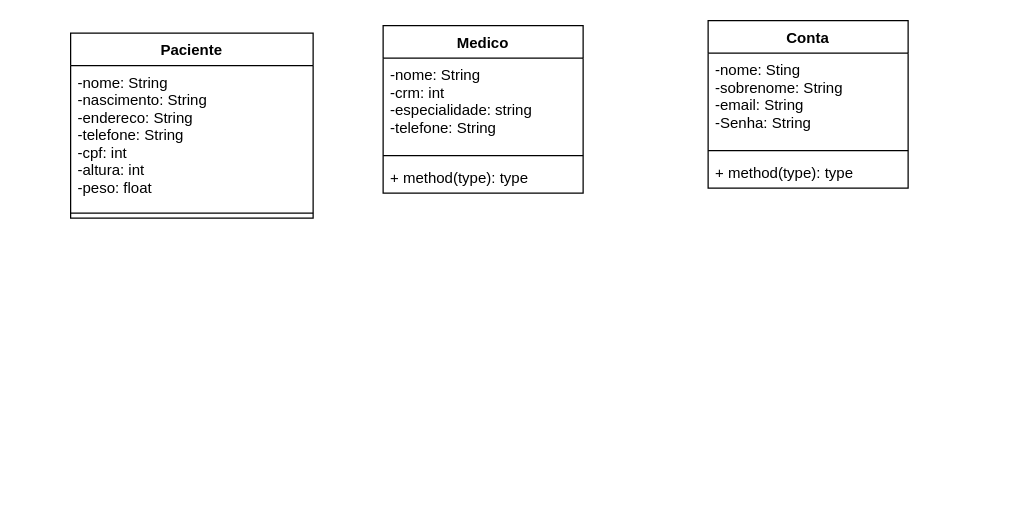
This is page "Página-3" (3 of 3) of prog_objetos/diagramas/Programação à Objetos.drawio from GuiSilva77/fatec_aulas_prog, a draw.io file, before an edit. Source tidied: cells renumbered, new cells numbered last; positions are measured from the earlier drawing's top-left corner, leaving out a move shared by most shapes. Both pictures are drawn from the tidied source at 125%, with x=0, y=0 at pixel (70, 20).
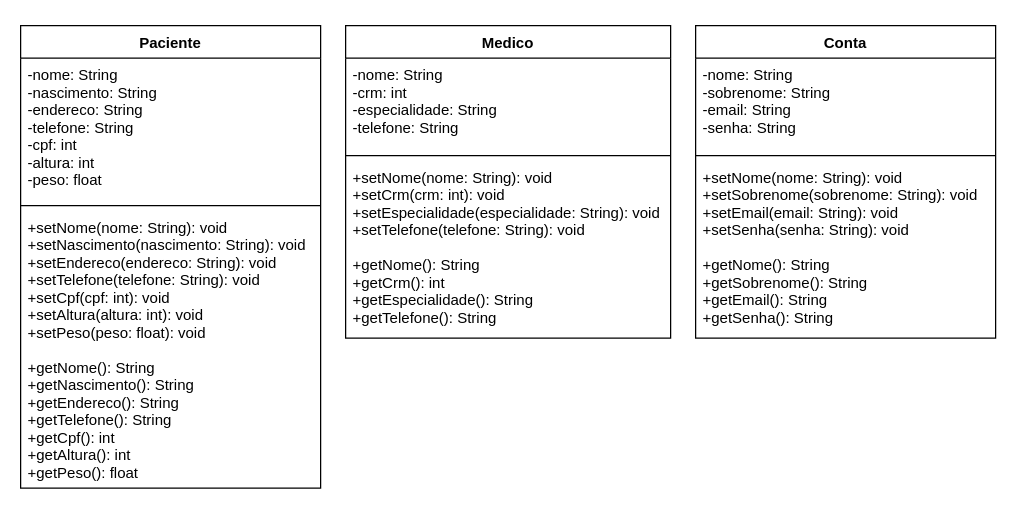
Above is the later version.

The edit, as a diff of the source:
```diff
@@
 <mxGraphModel>
   <root>
     <mxCell id="0" />
     <mxCell id="1" parent="0" />
-    <mxCell id="2" value="Paciente" style="swimlane;fontStyle=1;align=center;verticalAlign=top;horizontal=1;startSize=26;" parent="1" vertex="1">
-      <mxGeometry y="10" width="194" height="148" as="geometry" />
-    </mxCell>
-    <mxCell id="3" value="-nome: String&#10;-nascimento: String&#10;-endereco: String&#10;-telefone: String&#10;-cpf: int&#10;-altura: int&#10;-peso: float" style="text;strokeColor=none;fillColor=none;align=left;verticalAlign=top;spacingLeft=4;spacingRight=4;overflow=hidden;" parent="2" vertex="1">
-      <mxGeometry y="26" width="194" height="114" as="geometry" />
-    </mxCell>
-    <mxCell id="4" style="line;strokeWidth=1;fillColor=none;align=left;verticalAlign=middle;spacingTop=-1;spacingLeft=3;spacingRight=3;labelPosition=right;" parent="2" vertex="1">
-      <mxGeometry y="140" width="194" height="8" as="geometry" />
-    </mxCell>
     <mxCell id="5" value="Medico" style="swimlane;fontStyle=1;align=center;verticalAlign=top;horizontal=1;startSize=26;" parent="1" vertex="1">
-      <mxGeometry x="250" y="4" width="160" height="134" as="geometry" />
+      <mxGeometry x="220" y="4" width="260" height="250" as="geometry" />
     </mxCell>
-    <mxCell id="6" value="-nome: String&#10;-crm: int&#10;-especialidade: string&#10;-telefone: String" style="text;strokeColor=none;fillColor=none;align=left;verticalAlign=top;spacingLeft=4;spacingRight=4;overflow=hidden;" parent="5" vertex="1">
-      <mxGeometry y="26" width="160" height="74" as="geometry" />
+    <mxCell id="6" value="-nome: String&#10;-crm: int&#10;-especialidade: String&#10;-telefone: String" style="text;strokeColor=none;fillColor=none;align=left;verticalAlign=top;spacingLeft=4;spacingRight=4;overflow=hidden;" parent="5" vertex="1">
+      <mxGeometry y="26" width="260" height="74" as="geometry" />
     </mxCell>
     <mxCell id="7" style="line;strokeWidth=1;fillColor=none;align=left;verticalAlign=middle;spacingTop=-1;spacingLeft=3;spacingRight=3;labelPosition=right;" parent="5" vertex="1">
-      <mxGeometry y="100" width="160" height="8" as="geometry" />
+      <mxGeometry y="100" width="260" height="8" as="geometry" />
     </mxCell>
-    <mxCell id="8" value="+ method(type): type" style="text;strokeColor=none;fillColor=none;align=left;verticalAlign=top;spacingLeft=4;spacingRight=4;overflow=hidden;" parent="5" vertex="1">
-      <mxGeometry y="108" width="160" height="26" as="geometry" />
+    <mxCell id="8" value="+setNome(nome: String): void&#10;+setCrm(crm: int): void&#10;+setEspecialidade(especialidade: String): void&#10;+setTelefone(telefone: String): void&#10;&#10;+getNome(): String&#10;+getCrm(): int&#10;+getEspecialidade(): String&#10;+getTelefone(): String" style="text;strokeColor=none;fillColor=none;align=left;verticalAlign=top;spacingLeft=4;spacingRight=4;overflow=hidden;" parent="5" vertex="1">
+      <mxGeometry y="108" width="260" height="142" as="geometry" />
     </mxCell>
     <mxCell id="9" value="Conta" style="swimlane;fontStyle=1;align=center;verticalAlign=top;horizontal=1;startSize=26;" parent="1" vertex="1">
-      <mxGeometry x="510" width="160" height="134" as="geometry" />
+      <mxGeometry x="500" y="4" width="240" height="250" as="geometry" />
     </mxCell>
-    <mxCell id="10" value="-nome: Sting&#10;-sobrenome: String&#10;-email: String&#10;-Senha: String" style="text;strokeColor=none;fillColor=none;align=left;verticalAlign=top;spacingLeft=4;spacingRight=4;overflow=hidden;" parent="9" vertex="1">
-      <mxGeometry y="26" width="160" height="74" as="geometry" />
+    <mxCell id="10" value="-nome: String&#10;-sobrenome: String&#10;-email: String&#10;-senha: String" style="text;strokeColor=none;fillColor=none;align=left;verticalAlign=top;spacingLeft=4;spacingRight=4;overflow=hidden;" parent="9" vertex="1">
+      <mxGeometry y="26" width="240" height="74" as="geometry" />
     </mxCell>
     <mxCell id="11" style="line;strokeWidth=1;fillColor=none;align=left;verticalAlign=middle;spacingTop=-1;spacingLeft=3;spacingRight=3;labelPosition=right;" parent="9" vertex="1">
-      <mxGeometry y="100" width="160" height="8" as="geometry" />
+      <mxGeometry y="100" width="240" height="8" as="geometry" />
     </mxCell>
-    <mxCell id="12" value="+ method(type): type" style="text;strokeColor=none;fillColor=none;align=left;verticalAlign=top;spacingLeft=4;spacingRight=4;overflow=hidden;" parent="9" vertex="1">
-      <mxGeometry y="108" width="160" height="26" as="geometry" />
+    <mxCell id="12" value="+setNome(nome: String): void&#10;+setSobrenome(sobrenome: String): void&#10;+setEmail(email: String): void&#10;+setSenha(senha: String): void&#10;&#10;+getNome(): String&#10;+getSobrenome(): String&#10;+getEmail(): String&#10;+getSenha(): String&#10;" style="text;strokeColor=none;fillColor=none;align=left;verticalAlign=top;spacingLeft=4;spacingRight=4;overflow=hidden;" parent="9" vertex="1">
+      <mxGeometry y="108" width="240" height="142" as="geometry" />
     </mxCell>
+    <mxCell id="2" value="Paciente" style="swimlane;fontStyle=1;align=center;verticalAlign=top;horizontal=1;startSize=26;" parent="1" vertex="1">
+      <mxGeometry x="-40" y="4" width="240" height="370" as="geometry" />
+    </mxCell>
+    <mxCell id="3" value="-nome: String&#10;-nascimento: String&#10;-endereco: String&#10;-telefone: String&#10;-cpf: int&#10;-altura: int&#10;-peso: float" style="text;strokeColor=none;fillColor=none;align=left;verticalAlign=top;spacingLeft=4;spacingRight=4;overflow=hidden;" parent="2" vertex="1">
+      <mxGeometry y="26" width="240" height="114" as="geometry" />
+    </mxCell>
+    <mxCell id="13" style="line;strokeWidth=1;fillColor=none;align=left;verticalAlign=middle;spacingTop=-1;spacingLeft=3;spacingRight=3;labelPosition=right;" parent="2" vertex="1">
+      <mxGeometry y="140" width="240" height="8" as="geometry" />
+    </mxCell>
+    <mxCell id="14" value="+setNome(nome: String): void&#10;+setNascimento(nascimento: String): void&#10;+setEndereco(endereco: String): void&#10;+setTelefone(telefone: String): void&#10;+setCpf(cpf: int): void&#10;+setAltura(altura: int): void&#10;+setPeso(peso: float): void&#10;&#10;+getNome(): String&#10;+getNascimento(): String&#10;+getEndereco(): String&#10;+getTelefone(): String&#10;+getCpf(): int&#10;+getAltura(): int&#10;+getPeso(): float" style="text;strokeColor=none;fillColor=none;align=left;verticalAlign=top;spacingLeft=4;spacingRight=4;overflow=hidden;" parent="2" vertex="1">
+      <mxGeometry y="148" width="240" height="222" as="geometry" />
+    </mxCell>
   </root>
 </mxGraphModel>
```
